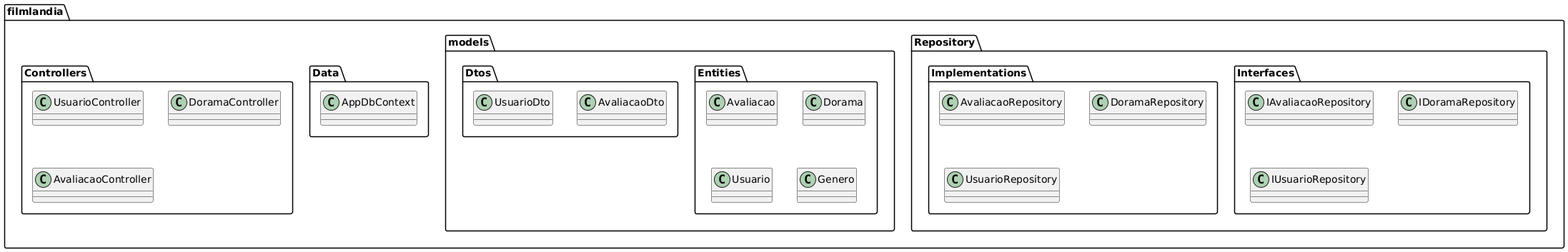
Earlier version of the PlantUML export Trab1-PS/diagramas/diagrama_png/diagrama de projeto.png (KaioHenr/Trab1-PS). Source of this version:
```plantuml
@startuml
package filmlandia {

        package Controllers {
        class UsuarioController
        class DoramaController
        class AvaliacaoController
        }


        package Data {
        class AppDbContext
        }
        package models {
                package Dtos {
        class UsuarioDto
        class AvaliacaoDto
}
                package Entities {
        class Avaliacao
        class Dorama
        class Usuario
        class Genero
            }




        }

        package Repository{

        package Implementations{

        class AvaliacaoRepository
        class DoramaRepository
        class UsuarioRepository
        }
        package Interfaces{

        class IAvaliacaoRepository
        class IDoramaRepository
        class IUsuarioRepository

        }

}
@enduml
```
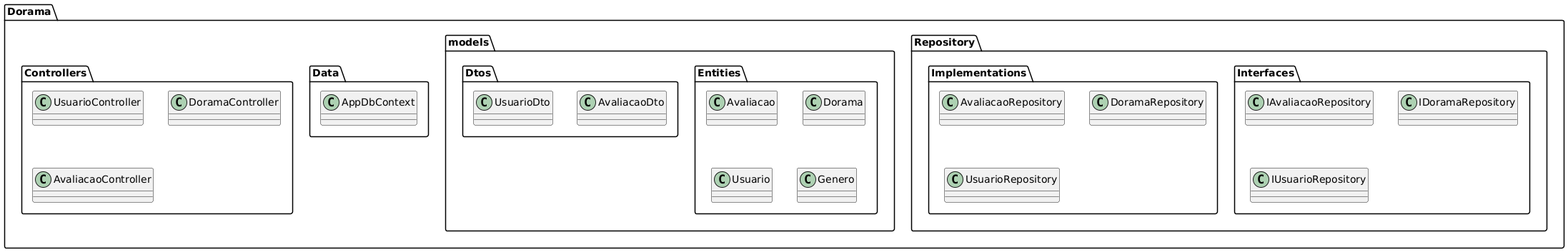
Later version of the same file.

Diff of the diagram source:
```diff
@@ -1,5 +1,5 @@
 @startuml
-package filmlandia {
+package Dorama {
 
         package Controllers {
         class UsuarioController
```
